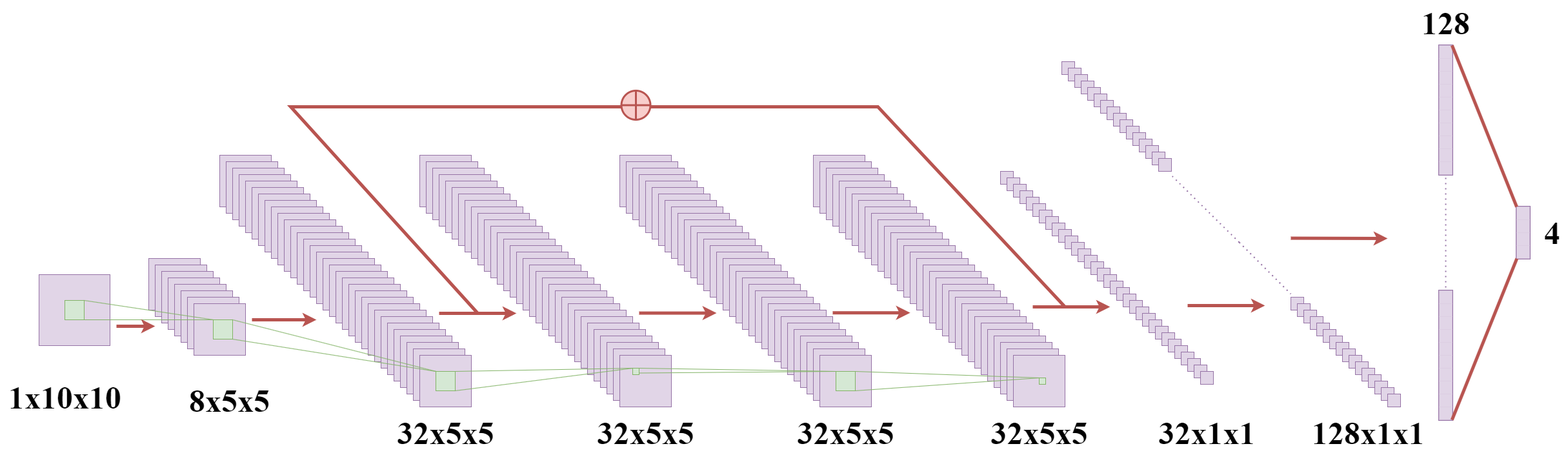
Before: cnn.drawio.png, a diagram exported from draw.io (Purer-lyk/network_pic). Source tidied: cells renumbered, new cells last; positions are measured from the earlier drawing's top-left corner, leaving out a move shared by most shapes.
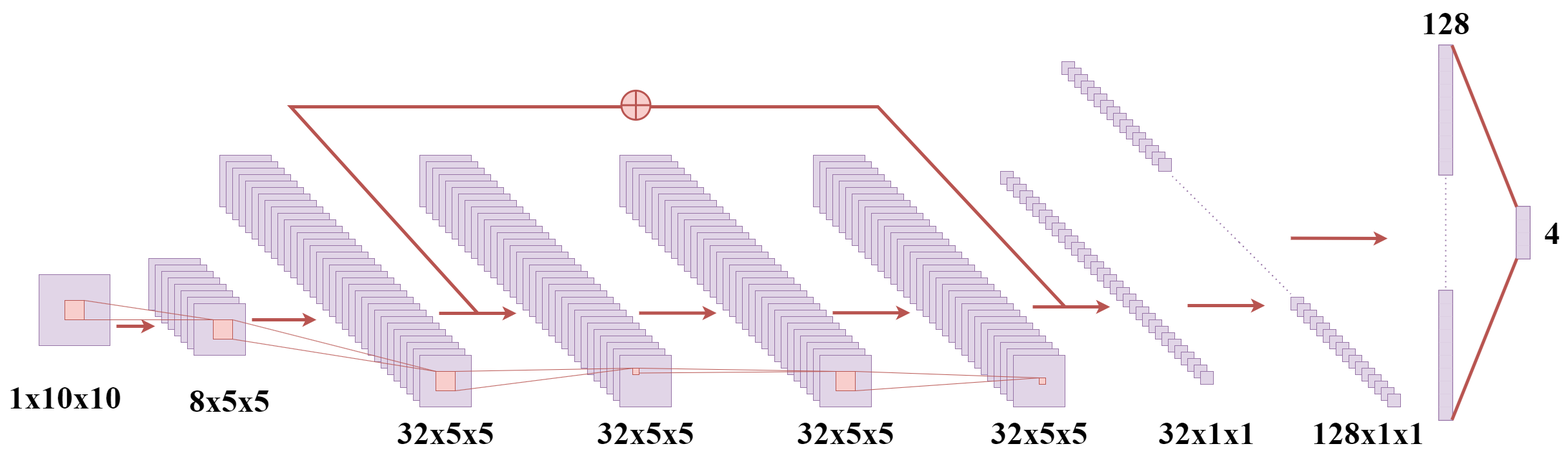
Later version of the same file.

What changed in the source:
```diff
@@ -790,54 +790,54 @@
     <mxCell id="261" style="shape=partialRectangle;html=1;whiteSpace=wrap;strokeColor=#9673a6;overflow=hidden;fillColor=#e1d5e7;top=0;left=0;bottom=0;right=0;fontSize=16;" parent="260" vertex="1">
       <mxGeometry width="20" height="20" as="geometry" />
     </mxCell>
-    <mxCell id="262" style="rounded=0;whiteSpace=wrap;html=1;fillColor=#d5e8d4;strokeColor=#82b366;" parent="1" vertex="1">
+    <mxCell id="262" style="rounded=0;whiteSpace=wrap;html=1;fillColor=#f8cecc;strokeColor=#b85450;" parent="1" vertex="1">
       <mxGeometry x="100" y="465" width="30" height="30" as="geometry" />
     </mxCell>
-    <mxCell id="263" style="rounded=0;whiteSpace=wrap;html=1;fillColor=#d5e8d4;strokeColor=#82b366;" parent="1" vertex="1">
+    <mxCell id="263" style="rounded=0;whiteSpace=wrap;html=1;fillColor=#f8cecc;strokeColor=#b85450;" parent="1" vertex="1">
       <mxGeometry x="330" y="495" width="30" height="30" as="geometry" />
     </mxCell>
-    <mxCell id="264" style="endArrow=none;html=1;rounded=0;entryX=0;entryY=0;entryDx=0;entryDy=0;fillColor=#d5e8d4;strokeColor=#82b366;" parent="1" edge="1" target="263">
+    <mxCell id="264" style="endArrow=none;html=1;rounded=0;entryX=0;entryY=0;entryDx=0;entryDy=0;fillColor=#f8cecc;strokeColor=#b85450;" parent="1" edge="1" target="263">
       <mxGeometry relative="1" as="geometry">
         <mxPoint x="130" y="465" as="sourcePoint" />
       </mxGeometry>
     </mxCell>
-    <mxCell id="265" style="endArrow=none;html=1;rounded=0;exitX=1;exitY=1;exitDx=0;exitDy=0;entryX=0;entryY=0;entryDx=0;entryDy=0;fillColor=#d5e8d4;strokeColor=#82b366;" parent="1" edge="1" source="262" target="263">
+    <mxCell id="265" style="endArrow=none;html=1;rounded=0;exitX=1;exitY=1;exitDx=0;exitDy=0;entryX=0;entryY=0;entryDx=0;entryDy=0;fillColor=#f8cecc;strokeColor=#b85450;" parent="1" edge="1" source="262" target="263">
       <mxGeometry relative="1" as="geometry" />
     </mxCell>
-    <mxCell id="266" style="rounded=0;whiteSpace=wrap;html=1;fillColor=#d5e8d4;strokeColor=#82b366;" parent="1" vertex="1">
+    <mxCell id="266" style="rounded=0;whiteSpace=wrap;html=1;fillColor=#f8cecc;strokeColor=#b85450;" parent="1" vertex="1">
       <mxGeometry x="675" y="575" width="30" height="30" as="geometry" />
     </mxCell>
-    <mxCell id="267" style="rounded=0;whiteSpace=wrap;html=1;fillColor=#d5e8d4;strokeColor=#82b366;" parent="1" vertex="1">
+    <mxCell id="267" style="rounded=0;whiteSpace=wrap;html=1;fillColor=#f8cecc;strokeColor=#b85450;" parent="1" vertex="1">
       <mxGeometry x="980" y="570" width="10" height="10" as="geometry" />
     </mxCell>
-    <mxCell id="268" style="rounded=0;whiteSpace=wrap;html=1;fillColor=#d5e8d4;strokeColor=#82b366;" parent="1" vertex="1">
+    <mxCell id="268" style="rounded=0;whiteSpace=wrap;html=1;fillColor=#f8cecc;strokeColor=#b85450;" parent="1" vertex="1">
       <mxGeometry x="1295" y="575" width="30" height="30" as="geometry" />
     </mxCell>
-    <mxCell id="269" style="rounded=0;whiteSpace=wrap;html=1;fillColor=#d5e8d4;strokeColor=#82b366;" parent="1" vertex="1">
+    <mxCell id="269" style="rounded=0;whiteSpace=wrap;html=1;fillColor=#f8cecc;strokeColor=#b85450;" parent="1" vertex="1">
       <mxGeometry x="1610" y="585" width="10" height="10" as="geometry" />
     </mxCell>
-    <mxCell id="270" style="endArrow=none;html=1;rounded=0;entryX=1;entryY=0;entryDx=0;entryDy=0;exitX=0;exitY=0;exitDx=0;exitDy=0;fillColor=#d5e8d4;strokeColor=#82b366;" parent="1" edge="1" source="266" target="263">
+    <mxCell id="270" style="endArrow=none;html=1;rounded=0;entryX=1;entryY=0;entryDx=0;entryDy=0;exitX=0;exitY=0;exitDx=0;exitDy=0;fillColor=#f8cecc;strokeColor=#b85450;" parent="1" edge="1" source="266" target="263">
       <mxGeometry relative="1" as="geometry" />
     </mxCell>
-    <mxCell id="271" style="endArrow=none;html=1;rounded=0;exitX=1;exitY=1;exitDx=0;exitDy=0;entryX=0;entryY=0;entryDx=0;entryDy=0;fillColor=#d5e8d4;strokeColor=#82b366;" parent="1" edge="1" source="263" target="266">
+    <mxCell id="271" style="endArrow=none;html=1;rounded=0;exitX=1;exitY=1;exitDx=0;exitDy=0;entryX=0;entryY=0;entryDx=0;entryDy=0;fillColor=#f8cecc;strokeColor=#b85450;" parent="1" edge="1" source="263" target="266">
       <mxGeometry relative="1" as="geometry" />
     </mxCell>
-    <mxCell id="272" style="endArrow=none;html=1;rounded=0;exitX=1;exitY=0;exitDx=0;exitDy=0;entryX=0;entryY=0;entryDx=0;entryDy=0;fillColor=#d5e8d4;strokeColor=#82b366;" parent="1" edge="1" source="266" target="267">
+    <mxCell id="272" style="endArrow=none;html=1;rounded=0;exitX=1;exitY=0;exitDx=0;exitDy=0;entryX=0;entryY=0;entryDx=0;entryDy=0;fillColor=#f8cecc;strokeColor=#b85450;" parent="1" edge="1" source="266" target="267">
       <mxGeometry relative="1" as="geometry" />
     </mxCell>
-    <mxCell id="273" style="endArrow=none;html=1;rounded=0;exitX=1;exitY=1;exitDx=0;exitDy=0;entryX=0;entryY=0;entryDx=0;entryDy=0;fillColor=#d5e8d4;strokeColor=#82b366;" parent="1" edge="1" source="266" target="267">
+    <mxCell id="273" style="endArrow=none;html=1;rounded=0;exitX=1;exitY=1;exitDx=0;exitDy=0;entryX=0;entryY=0;entryDx=0;entryDy=0;fillColor=#f8cecc;strokeColor=#b85450;" parent="1" edge="1" source="266" target="267">
       <mxGeometry relative="1" as="geometry" />
     </mxCell>
-    <mxCell id="274" style="endArrow=none;html=1;rounded=0;exitX=1;exitY=0;exitDx=0;exitDy=0;entryX=0;entryY=0;entryDx=0;entryDy=0;fillColor=#d5e8d4;strokeColor=#82b366;" parent="1" edge="1" source="267" target="268">
+    <mxCell id="274" style="endArrow=none;html=1;rounded=0;exitX=1;exitY=0;exitDx=0;exitDy=0;entryX=0;entryY=0;entryDx=0;entryDy=0;fillColor=#f8cecc;strokeColor=#b85450;" parent="1" edge="1" source="267" target="268">
       <mxGeometry relative="1" as="geometry" />
     </mxCell>
-    <mxCell id="275" style="endArrow=none;html=1;rounded=0;exitX=1;exitY=0.75;exitDx=0;exitDy=0;entryX=0;entryY=0;entryDx=0;entryDy=0;fillColor=#d5e8d4;strokeColor=#82b366;" parent="1" edge="1" source="267" target="268">
+    <mxCell id="275" style="endArrow=none;html=1;rounded=0;exitX=1;exitY=0.75;exitDx=0;exitDy=0;entryX=0;entryY=0;entryDx=0;entryDy=0;fillColor=#f8cecc;strokeColor=#b85450;" parent="1" edge="1" source="267" target="268">
       <mxGeometry relative="1" as="geometry" />
     </mxCell>
-    <mxCell id="276" style="endArrow=none;html=1;rounded=0;exitX=1;exitY=0;exitDx=0;exitDy=0;entryX=0;entryY=0;entryDx=0;entryDy=0;fillColor=#d5e8d4;strokeColor=#82b366;" parent="1" edge="1" source="268" target="269">
+    <mxCell id="276" style="endArrow=none;html=1;rounded=0;exitX=1;exitY=0;exitDx=0;exitDy=0;entryX=0;entryY=0;entryDx=0;entryDy=0;fillColor=#f8cecc;strokeColor=#b85450;" parent="1" edge="1" source="268" target="269">
       <mxGeometry relative="1" as="geometry" />
     </mxCell>
-    <mxCell id="277" style="endArrow=none;html=1;rounded=0;exitX=1;exitY=1;exitDx=0;exitDy=0;entryX=0;entryY=0;entryDx=0;entryDy=0;fillColor=#d5e8d4;strokeColor=#82b366;" parent="1" edge="1" source="268" target="269">
+    <mxCell id="277" style="endArrow=none;html=1;rounded=0;exitX=1;exitY=1;exitDx=0;exitDy=0;entryX=0;entryY=0;entryDx=0;entryDy=0;fillColor=#f8cecc;strokeColor=#b85450;" parent="1" edge="1" source="268" target="269">
       <mxGeometry relative="1" as="geometry" />
     </mxCell>
     <mxCell id="278" style="endArrow=classic;html=1;rounded=0;strokeWidth=5;fillColor=#f8cecc;strokeColor=#b85450;" parent="1" edge="1">
```
